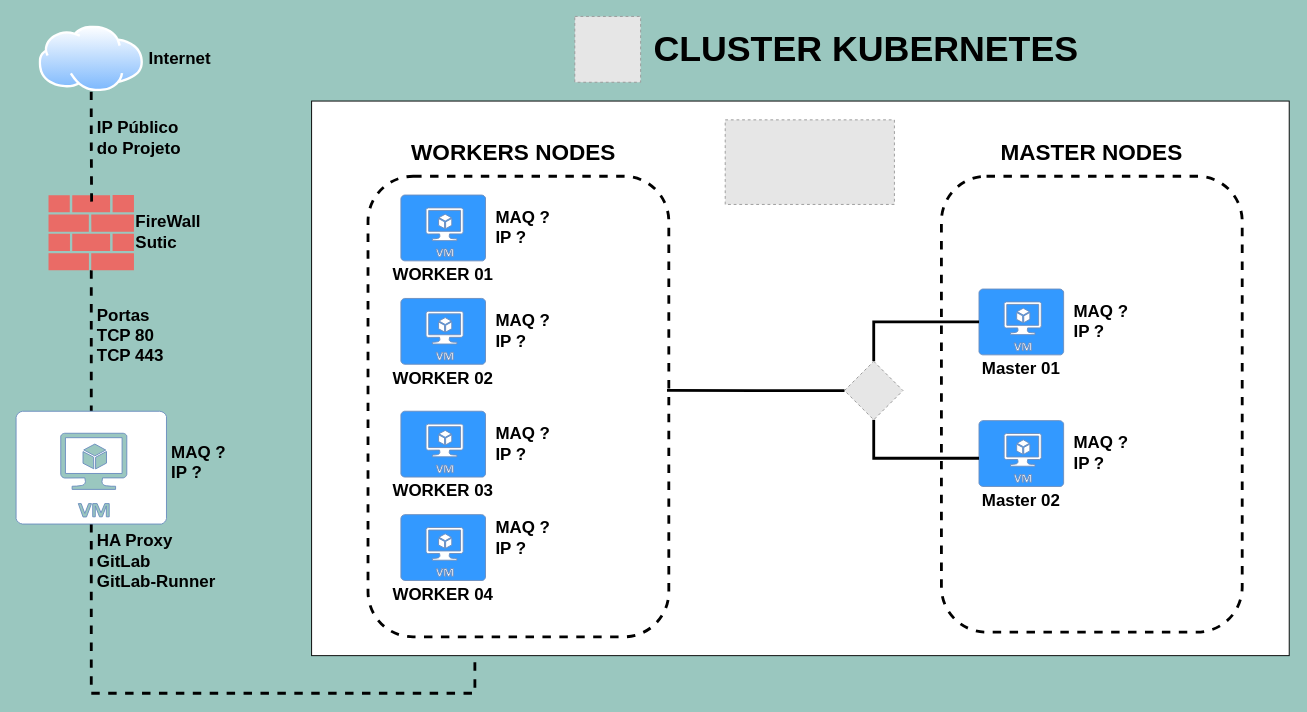
renattoattie/devops-architecture keeps this draw.io diagram as page "Page-4" (4 of 4) of Untitled Diagram.drawio. Above is the earlier version. Source tidied: cells renumbered, new cells numbered last; positions are measured from the earlier drawing's top-left corner, leaving out a move shared by most shapes. Both pictures are drawn from the tidied source at 94%, with x=0, y=0 at pixel (16, 16). Pictures stored in the file or linked from it are replaced by grey dashed boxes.
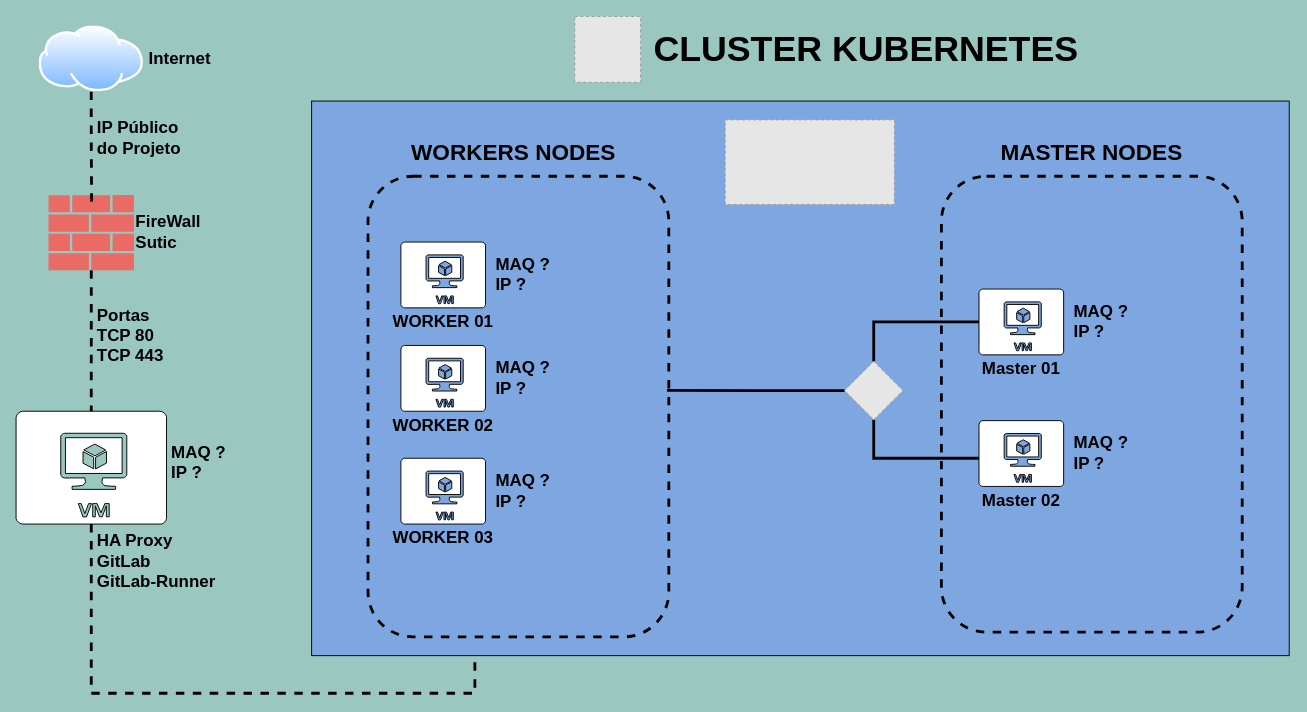
The same page after the edit.

Unchanged cells that the change refers to:
```xml
<mxCell id="2" style="image;perimeter=ellipsePerimeter;html=1;align=center;shadow=0;dashed=0;spacingTop=3;image=img/lib/active_directory/internet_cloud.svg;labelBackgroundColor=none;" parent="1" vertex="1">
  <mxGeometry x="24" y="10" width="111.1" height="70" as="geometry" />
</mxCell>
<mxCell id="4" style="sketch=0;shadow=0;dashed=0;html=1;strokeColor=none;labelPosition=center;verticalLabelPosition=bottom;verticalAlign=top;align=center;shape=mxgraph.mscae.enterprise.firewall;labelBackgroundColor=none;fillColor=#EA6B66;" parent="1" vertex="1">
  <mxGeometry x="34.1" y="190" width="90.9" height="80" as="geometry" />
</mxCell>
```

Change to the diagram source:
```diff
@@
-    <mxCell id="3" style="edgeStyle=orthogonalEdgeStyle;rounded=0;jettySize=auto;html=1;endArrow=none;endFill=0;dashed=1;strokeWidth=3;" parent="1" edge="1" source="4" target="6">
+    <mxCell id="3" style="edgeStyle=orthogonalEdgeStyle;rounded=0;jettySize=auto;html=1;endArrow=none;endFill=0;dashed=1;strokeWidth=3;labelBackgroundColor=none;fontColor=default;" parent="1" edge="1" source="4" target="6">
       <mxGeometry relative="1" as="geometry" />
     </mxCell>
@@
-    <mxCell id="5" style="edgeStyle=orthogonalEdgeStyle;rounded=0;jettySize=auto;html=1;exitX=0.5;exitY=1;exitDx=0;exitDy=0;exitPerimeter=0;entryX=0.167;entryY=1.004;entryDx=0;entryDy=0;entryPerimeter=0;dashed=1;strokeWidth=3;endArrow=none;endFill=0;" parent="1" edge="1" source="6" target="7">
+    <mxCell id="5" style="edgeStyle=orthogonalEdgeStyle;rounded=0;jettySize=auto;html=1;exitX=0.5;exitY=1;exitDx=0;exitDy=0;exitPerimeter=0;entryX=0.167;entryY=1.004;entryDx=0;entryDy=0;entryPerimeter=0;dashed=1;strokeWidth=3;endArrow=none;endFill=0;labelBackgroundColor=none;fontColor=default;" parent="1" edge="1" source="6" target="7">
       <mxGeometry relative="1" as="geometry">
         <Array as="points">
           <mxPoint x="80" y="720" />
           <mxPoint x="488" y="720" />
         </Array>
       </mxGeometry>
     </mxCell>
-    <mxCell id="6" style="verticalLabelPosition=bottom;html=1;verticalAlign=top;align=center;shape=mxgraph.azure.virtual_machine;labelBackgroundColor=none;fillColor=#FFFFFF;strokeColor=#6c8ebf;" parent="1" vertex="1">
+    <mxCell id="6" style="verticalLabelPosition=bottom;html=1;verticalAlign=top;align=center;shape=mxgraph.azure.virtual_machine;labelBackgroundColor=none;" parent="1" vertex="1">
       <mxGeometry x="-0.4" y="420" width="160" height="120" as="geometry" />
     </mxCell>
-    <mxCell id="7" style="rounded=0;whiteSpace=wrap;html=1;" parent="1" vertex="1">
+    <mxCell id="7" style="rounded=0;whiteSpace=wrap;html=1;labelBackgroundColor=none;fillColor=#7EA6E0;" parent="1" vertex="1">
       <mxGeometry x="314" y="90" width="1040" height="590" as="geometry" />
     </mxCell>
-    <mxCell id="8" style="rounded=1;whiteSpace=wrap;html=1;dashed=1;strokeWidth=3;" parent="1" vertex="1">
+    <mxCell id="8" style="rounded=1;whiteSpace=wrap;html=1;dashed=1;strokeWidth=3;labelBackgroundColor=none;fillColor=#7EA6E0;" parent="1" vertex="1">
       <mxGeometry x="374" y="170" width="320" height="490" as="geometry" />
     </mxCell>
-    <mxCell id="9" style="rounded=1;whiteSpace=wrap;html=1;dashed=1;strokeWidth=3;" parent="1" vertex="1">
+    <mxCell id="9" style="rounded=1;whiteSpace=wrap;html=1;dashed=1;strokeWidth=3;labelBackgroundColor=none;fillColor=#7EA6E0;" parent="1" vertex="1">
       <mxGeometry x="984" y="170" width="320" height="485" as="geometry" />
     </mxCell>
-    <mxCell id="10" style="verticalLabelPosition=bottom;html=1;verticalAlign=top;align=center;shape=mxgraph.azure.virtual_machine;labelBackgroundColor=none;fillColor=#3399FF;strokeColor=#6c8ebf;" parent="1" vertex="1">
-      <mxGeometry x="409" y="190" width="90" height="70" as="geometry" />
+    <mxCell id="10" style="verticalLabelPosition=bottom;html=1;verticalAlign=top;align=center;shape=mxgraph.azure.virtual_machine;labelBackgroundColor=none;" parent="1" vertex="1">
+      <mxGeometry x="409" y="240" width="90" height="70" as="geometry" />
     </mxCell>
-    <mxCell id="11" style="verticalLabelPosition=bottom;html=1;verticalAlign=top;align=center;shape=mxgraph.azure.virtual_machine;labelBackgroundColor=none;fillColor=#3399FF;strokeColor=#6c8ebf;" parent="1" vertex="1">
-      <mxGeometry x="409" y="300" width="90" height="70" as="geometry" />
+    <mxCell id="11" style="verticalLabelPosition=bottom;html=1;verticalAlign=top;align=center;shape=mxgraph.azure.virtual_machine;labelBackgroundColor=none;" parent="1" vertex="1">
+      <mxGeometry x="409" y="350" width="90" height="70" as="geometry" />
     </mxCell>
-    <mxCell id="12" style="verticalLabelPosition=bottom;html=1;verticalAlign=top;align=center;shape=mxgraph.azure.virtual_machine;labelBackgroundColor=none;fillColor=#3399FF;strokeColor=#6c8ebf;" parent="1" vertex="1">
-      <mxGeometry x="409" y="420" width="90" height="70" as="geometry" />
+    <mxCell id="12" style="verticalLabelPosition=bottom;html=1;verticalAlign=top;align=center;shape=mxgraph.azure.virtual_machine;labelBackgroundColor=none;" parent="1" vertex="1">
+      <mxGeometry x="409" y="470" width="90" height="70" as="geometry" />
     </mxCell>
-    <mxCell id="13" style="verticalLabelPosition=bottom;html=1;verticalAlign=top;align=center;shape=mxgraph.azure.virtual_machine;labelBackgroundColor=none;fillColor=#3399FF;strokeColor=#6c8ebf;" parent="1" vertex="1">
-      <mxGeometry x="409" y="530" width="90" height="70" as="geometry" />
-    </mxCell>
-    <mxCell id="14" style="verticalLabelPosition=bottom;html=1;verticalAlign=top;align=center;shape=mxgraph.azure.virtual_machine;labelBackgroundColor=none;fillColor=#3399FF;strokeColor=#6c8ebf;" parent="1" vertex="1">
+    <mxCell id="14" style="verticalLabelPosition=bottom;html=1;verticalAlign=top;align=center;shape=mxgraph.azure.virtual_machine;labelBackgroundColor=none;" parent="1" vertex="1">
       <mxGeometry x="1024" y="290" width="90" height="70" as="geometry" />
     </mxCell>
-    <mxCell id="15" style="verticalLabelPosition=bottom;html=1;verticalAlign=top;align=center;shape=mxgraph.azure.virtual_machine;labelBackgroundColor=none;fillColor=#3399FF;strokeColor=#6c8ebf;" parent="1" vertex="1">
+    <mxCell id="15" style="verticalLabelPosition=bottom;html=1;verticalAlign=top;align=center;shape=mxgraph.azure.virtual_machine;labelBackgroundColor=none;" parent="1" vertex="1">
       <mxGeometry x="1024" y="430" width="90" height="70" as="geometry" />
     </mxCell>
-    <mxCell id="16" style="edgeStyle=orthogonalEdgeStyle;rounded=0;jettySize=auto;html=1;entryX=0.505;entryY=0.175;entryDx=0;entryDy=0;entryPerimeter=0;endArrow=none;endFill=0;strokeWidth=3;dashed=1;" parent="1" edge="1" source="2" target="4">
+    <mxCell id="16" style="edgeStyle=orthogonalEdgeStyle;rounded=0;jettySize=auto;html=1;entryX=0.505;entryY=0.175;entryDx=0;entryDy=0;entryPerimeter=0;endArrow=none;endFill=0;strokeWidth=3;dashed=1;labelBackgroundColor=none;fontColor=default;" parent="1" edge="1" source="2" target="4">
       <mxGeometry relative="1" as="geometry" />
     </mxCell>
@@
     <mxCell id="18" value="&lt;font size=&quot;1&quot; style=&quot;&quot;&gt;&lt;b style=&quot;font-size: 18px;&quot;&gt;WORKER 01&lt;/b&gt;&lt;/font&gt;" style="text;strokeColor=none;align=center;fillColor=none;html=1;verticalAlign=middle;whiteSpace=wrap;rounded=0;labelBackgroundColor=none;" parent="1" vertex="1">
-      <mxGeometry x="399" y="260" width="110" height="30" as="geometry" />
+      <mxGeometry x="399" y="310" width="110" height="30" as="geometry" />
     </mxCell>
     <mxCell id="19" value="&lt;font size=&quot;1&quot; style=&quot;&quot;&gt;&lt;b style=&quot;font-size: 18px;&quot;&gt;WORKER 02&lt;/b&gt;&lt;/font&gt;" style="text;strokeColor=none;align=center;fillColor=none;html=1;verticalAlign=middle;whiteSpace=wrap;rounded=0;labelBackgroundColor=none;" parent="1" vertex="1">
-      <mxGeometry x="399" y="370" width="110" height="30" as="geometry" />
+      <mxGeometry x="399" y="420" width="110" height="30" as="geometry" />
     </mxCell>
     <mxCell id="20" value="&lt;font size=&quot;1&quot; style=&quot;&quot;&gt;&lt;b style=&quot;font-size: 18px;&quot;&gt;WORKER 03&lt;/b&gt;&lt;/font&gt;" style="text;strokeColor=none;align=center;fillColor=none;html=1;verticalAlign=middle;whiteSpace=wrap;rounded=0;labelBackgroundColor=none;" parent="1" vertex="1">
-      <mxGeometry x="399" y="490" width="110" height="30" as="geometry" />
+      <mxGeometry x="399" y="540" width="110" height="30" as="geometry" />
     </mxCell>
-    <mxCell id="21" value="&lt;font size=&quot;1&quot; style=&quot;&quot;&gt;&lt;b style=&quot;font-size: 18px;&quot;&gt;WORKER 04&lt;/b&gt;&lt;/font&gt;" style="text;strokeColor=none;align=center;fillColor=none;html=1;verticalAlign=middle;whiteSpace=wrap;rounded=0;labelBackgroundColor=none;" parent="1" vertex="1">
-      <mxGeometry x="399" y="600" width="110" height="30" as="geometry" />
-    </mxCell>
@@
-    <mxCell id="24" style="edgeStyle=orthogonalEdgeStyle;rounded=0;jettySize=auto;html=1;exitX=0;exitY=0;exitDx=0;exitDy=0;entryX=0;entryY=0.5;entryDx=0;entryDy=0;entryPerimeter=0;strokeWidth=3;endArrow=none;endFill=0;" parent="1" edge="1" source="26" target="14">
+    <mxCell id="24" style="edgeStyle=orthogonalEdgeStyle;rounded=0;jettySize=auto;html=1;exitX=0;exitY=0;exitDx=0;exitDy=0;entryX=0;entryY=0.5;entryDx=0;entryDy=0;entryPerimeter=0;strokeWidth=3;endArrow=none;endFill=0;labelBackgroundColor=none;fontColor=default;" parent="1" edge="1" source="26" target="14">
       <mxGeometry relative="1" as="geometry">
         <Array as="points">
           <mxPoint x="912" y="325" />
         </Array>
       </mxGeometry>
     </mxCell>
-    <mxCell id="25" style="edgeStyle=orthogonalEdgeStyle;rounded=0;jettySize=auto;html=1;exitX=1;exitY=1;exitDx=0;exitDy=0;strokeWidth=3;endArrow=none;endFill=0;" parent="1" edge="1" source="26" target="15">
+    <mxCell id="25" style="edgeStyle=orthogonalEdgeStyle;rounded=0;jettySize=auto;html=1;exitX=1;exitY=1;exitDx=0;exitDy=0;strokeWidth=3;endArrow=none;endFill=0;labelBackgroundColor=none;fontColor=default;" parent="1" edge="1" source="26" target="15">
       <mxGeometry relative="1" as="geometry">
         <Array as="points">
           <mxPoint x="912" y="470" />
         </Array>
       </mxGeometry>
     </mxCell>
-    <mxCell id="26" style="fillColor=#E6E6E6;strokeColor=#999999;dashed=1;verticalLabelPosition=bottom;labelBackgroundColor=default;verticalAlign=top;rotation=45;" parent="1" vertex="1">
+    <mxCell id="26" style="fillColor=#E6E6E6;strokeColor=#999999;dashed=1;verticalLabelPosition=bottom;labelBackgroundColor=none;verticalAlign=top;rotation=45;" parent="1" vertex="1">
       <mxGeometry x="890" y="376" width="44" height="44" as="geometry" />
     </mxCell>
-    <mxCell id="27" style="edgeStyle=orthogonalEdgeStyle;rounded=0;jettySize=auto;html=1;entryX=0.994;entryY=0.465;entryDx=0;entryDy=0;entryPerimeter=0;endArrow=none;endFill=0;strokeWidth=3;" parent="1" edge="1" source="26" target="8">
+    <mxCell id="27" style="edgeStyle=orthogonalEdgeStyle;rounded=0;jettySize=auto;html=1;entryX=0.994;entryY=0.465;entryDx=0;entryDy=0;entryPerimeter=0;endArrow=none;endFill=0;strokeWidth=3;labelBackgroundColor=none;fontColor=default;" parent="1" edge="1" source="26" target="8">
       <mxGeometry relative="1" as="geometry" />
     </mxCell>
@@
-    <mxCell id="30" style="fillColor=#E6E6E6;strokeColor=#999999;dashed=1;verticalLabelPosition=bottom;labelBackgroundColor=default;verticalAlign=top;" parent="1" vertex="1">
+    <mxCell id="30" style="fillColor=#E6E6E6;strokeColor=#999999;dashed=1;verticalLabelPosition=bottom;labelBackgroundColor=none;verticalAlign=top;" parent="1" vertex="1">
       <mxGeometry x="594" width="70" height="70" as="geometry" />
     </mxCell>
@@
     <mxCell id="38" value="&lt;div style=&quot;text-align: left;&quot;&gt;&lt;b style=&quot;background-color: initial;&quot;&gt;&lt;font style=&quot;font-size: 18px;&quot;&gt;MAQ ?&lt;/font&gt;&lt;/b&gt;&lt;/div&gt;&lt;b&gt;&lt;div style=&quot;text-align: left;&quot;&gt;&lt;b style=&quot;background-color: initial;&quot;&gt;&lt;font style=&quot;font-size: 18px;&quot;&gt;IP ?&lt;/font&gt;&lt;/b&gt;&lt;/div&gt;&lt;/b&gt;" style="text;strokeColor=none;align=center;fillColor=none;html=1;verticalAlign=middle;whiteSpace=wrap;rounded=0;labelBackgroundColor=none;" parent="1" vertex="1">
-      <mxGeometry x="509" y="210" width="60" height="30" as="geometry" />
+      <mxGeometry x="509" y="260" width="60" height="30" as="geometry" />
     </mxCell>
     <mxCell id="39" value="&lt;div style=&quot;text-align: left;&quot;&gt;&lt;b style=&quot;background-color: initial;&quot;&gt;&lt;font style=&quot;font-size: 18px;&quot;&gt;MAQ ?&lt;/font&gt;&lt;/b&gt;&lt;/div&gt;&lt;b&gt;&lt;div style=&quot;text-align: left;&quot;&gt;&lt;b style=&quot;background-color: initial;&quot;&gt;&lt;font style=&quot;font-size: 18px;&quot;&gt;IP ?&lt;/font&gt;&lt;/b&gt;&lt;/div&gt;&lt;/b&gt;" style="text;strokeColor=none;align=center;fillColor=none;html=1;verticalAlign=middle;whiteSpace=wrap;rounded=0;labelBackgroundColor=none;" parent="1" vertex="1">
-      <mxGeometry x="509" y="320" width="60" height="30" as="geometry" />
+      <mxGeometry x="509" y="370" width="60" height="30" as="geometry" />
     </mxCell>
     <mxCell id="40" value="&lt;div style=&quot;text-align: left;&quot;&gt;&lt;b style=&quot;background-color: initial;&quot;&gt;&lt;font style=&quot;font-size: 18px;&quot;&gt;MAQ ?&lt;/font&gt;&lt;/b&gt;&lt;/div&gt;&lt;b&gt;&lt;div style=&quot;text-align: left;&quot;&gt;&lt;b style=&quot;background-color: initial;&quot;&gt;&lt;font style=&quot;font-size: 18px;&quot;&gt;IP ?&lt;/font&gt;&lt;/b&gt;&lt;/div&gt;&lt;/b&gt;" style="text;strokeColor=none;align=center;fillColor=none;html=1;verticalAlign=middle;whiteSpace=wrap;rounded=0;labelBackgroundColor=none;" parent="1" vertex="1">
-      <mxGeometry x="509" y="440" width="60" height="30" as="geometry" />
+      <mxGeometry x="509" y="490" width="60" height="30" as="geometry" />
     </mxCell>
-    <mxCell id="41" value="&lt;div style=&quot;text-align: left;&quot;&gt;&lt;b style=&quot;background-color: initial;&quot;&gt;&lt;font style=&quot;font-size: 18px;&quot;&gt;MAQ ?&lt;/font&gt;&lt;/b&gt;&lt;/div&gt;&lt;b&gt;&lt;div style=&quot;text-align: left;&quot;&gt;&lt;b style=&quot;background-color: initial;&quot;&gt;&lt;font style=&quot;font-size: 18px;&quot;&gt;IP ?&lt;/font&gt;&lt;/b&gt;&lt;/div&gt;&lt;/b&gt;" style="text;strokeColor=none;align=center;fillColor=none;html=1;verticalAlign=middle;whiteSpace=wrap;rounded=0;labelBackgroundColor=none;" parent="1" vertex="1">
-      <mxGeometry x="509" y="540" width="60" height="30" as="geometry" />
-    </mxCell>
```
